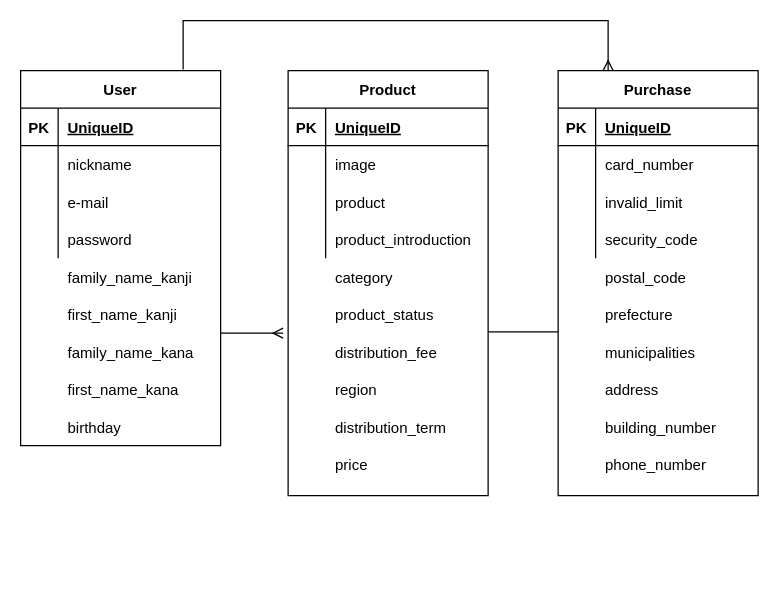
This is furima.dio from kammy0603/furima-30941, a draw.io file, before an edit. Source tidied: cells renumbered, new cells numbered last; positions are measured from the earlier drawing's top-left corner, leaving out a move shared by most shapes. Both pictures are drawn from the tidied source at 125%, with x=0, y=0 at pixel (20, 20).
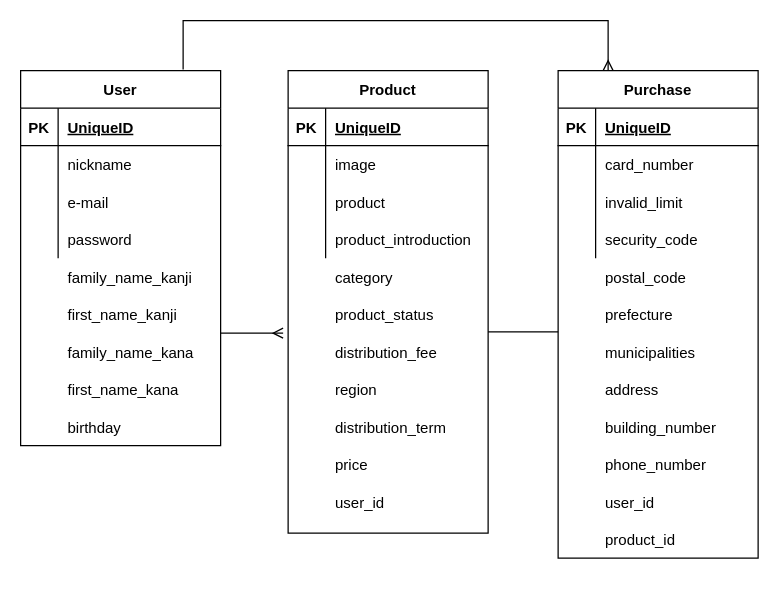
After the change.

What changed in the source:
```diff
@@
     <mxCell id="28" value="Product" style="shape=table;startSize=30;childLayout=tableLayout;rowLines=0;fontStyle=1;align=center;" parent="1" vertex="1">
-      <mxGeometry x="214" y="40" width="160" height="340" as="geometry" />
+      <mxGeometry x="214" y="40" width="160" height="370" as="geometry" />
     </mxCell>
@@
     <mxCell id="49" value="Purchase" style="shape=table;startSize=30;childLayout=tableLayout;rowLines=0;fontStyle=1;align=center;" parent="1" vertex="1">
-      <mxGeometry x="430" y="40" width="160" height="340" as="geometry" />
+      <mxGeometry x="430" y="40" width="160" height="390" as="geometry" />
     </mxCell>
@@
+    <mxCell id="81" value="user_id" style="shape=partialRectangle;fillColor=none;top=0;left=0;bottom=0;right=0;align=left;spacingLeft=6;overflow=hidden;" parent="1" vertex="1">
+      <mxGeometry x="244" y="360" width="130" height="50" as="geometry" />
+    </mxCell>
+    <mxCell id="82" value="user_id" style="shape=partialRectangle;fillColor=none;top=0;left=0;bottom=0;right=0;align=left;spacingLeft=6;overflow=hidden;" parent="1" vertex="1">
+      <mxGeometry x="460" y="360" width="130" height="50" as="geometry" />
+    </mxCell>
+    <mxCell id="83" value="product_id" style="shape=partialRectangle;fillColor=none;top=0;left=0;bottom=0;right=0;align=left;spacingLeft=6;overflow=hidden;" parent="1" vertex="1">
+      <mxGeometry x="460" y="390" width="130" height="50" as="geometry" />
+    </mxCell>
```
